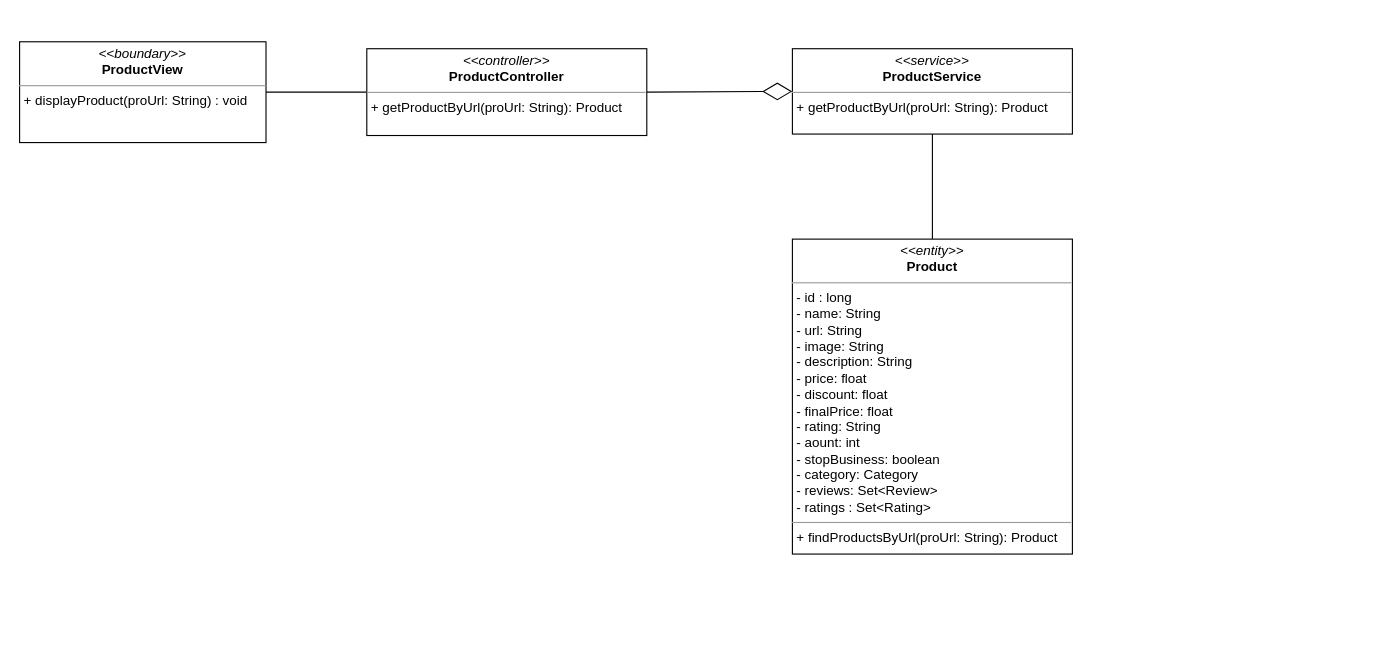
This is class diagram/get-productDetail-class-diagram.drawio from nguyenphamvan/datn_20202, a draw.io file, before an edit. Source tidied: cells renumbered, new cells numbered last; positions are measured from the earlier drawing's top-left corner, leaving out a move shared by most shapes. Both pictures are drawn from the tidied source at 112%, with x=0, y=0 at pixel (19, 41).
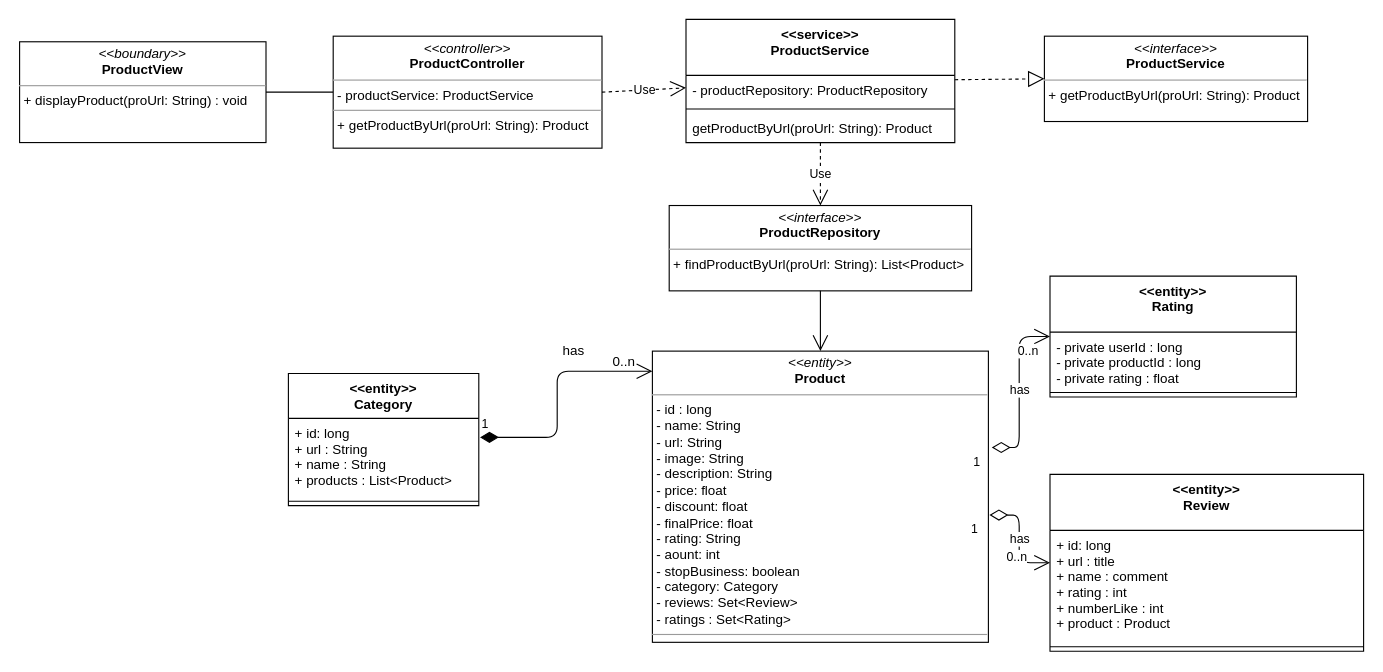
After the change.

Unchanged cells that the change refers to:
```xml
<mxCell id="2" value="&lt;p style=&quot;margin: 0px ; margin-top: 4px ; text-align: center&quot;&gt;&lt;i&gt;&amp;lt;&amp;lt;boundary&amp;gt;&amp;gt;&lt;/i&gt;&lt;br&gt;&lt;b&gt;ProductView&lt;/b&gt;&lt;/p&gt;&lt;hr size=&quot;1&quot;&gt;&lt;p style=&quot;margin: 0px ; margin-left: 4px&quot;&gt;&lt;span&gt;+ displayProduct(proUrl: String) : void&lt;/span&gt;&lt;/p&gt;" style="verticalAlign=top;align=left;overflow=fill;fontSize=12;fontFamily=Helvetica;html=1;" parent="1" vertex="1">
  <mxGeometry y="-0.2" width="220" height="90" as="geometry" />
</mxCell>
```

What changed in the source:
```diff
@@
-    <mxCell id="3" value="&lt;p style=&quot;margin: 0px ; margin-top: 4px ; text-align: center&quot;&gt;&lt;i&gt;&amp;lt;&amp;lt;controller&amp;gt;&amp;gt;&lt;/i&gt;&lt;br&gt;&lt;b&gt;ProductController&lt;/b&gt;&lt;/p&gt;&lt;hr size=&quot;1&quot;&gt;&lt;p style=&quot;margin: 0px ; margin-left: 4px&quot;&gt;+ getProductByUrl(proUrl: String): Product&lt;/p&gt;" style="verticalAlign=top;align=left;overflow=fill;fontSize=12;fontFamily=Helvetica;html=1;" parent="1" vertex="1">
-      <mxGeometry x="310" y="6" width="250" height="77.5" as="geometry" />
-    </mxCell>
-    <mxCell id="4" style="endArrow=none;html=1;edgeStyle=orthogonalEdgeStyle;exitX=1;exitY=0.5;exitDx=0;exitDy=0;entryX=0;entryY=0.5;entryDx=0;entryDy=0;" parent="1" edge="1" source="2" target="3">
+    <mxCell id="4" style="endArrow=none;html=1;edgeStyle=orthogonalEdgeStyle;exitX=1;exitY=0.5;exitDx=0;exitDy=0;" parent="1" edge="1" source="2" target="10">
       <mxGeometry relative="1" as="geometry" />
     </mxCell>
-    <mxCell id="5" value="&lt;p style=&quot;margin: 0px ; margin-top: 4px ; text-align: center&quot;&gt;&lt;i&gt;&amp;lt;&amp;lt;service&amp;gt;&amp;gt;&lt;/i&gt;&lt;br&gt;&lt;b&gt;ProductService&lt;/b&gt;&lt;/p&gt;&lt;hr size=&quot;1&quot;&gt;&lt;p style=&quot;margin: 0px ; margin-left: 4px&quot;&gt;+ getProductByUrl(proUrl: String): Product&lt;/p&gt;" style="verticalAlign=top;align=left;overflow=fill;fontSize=12;fontFamily=Helvetica;html=1;" parent="1" vertex="1">
-      <mxGeometry x="690" y="6" width="250" height="76.2" as="geometry" />
-    </mxCell>
-    <mxCell id="6" style="endArrow=diamondThin;endFill=0;endSize=24;html=1;exitX=1;exitY=0.5;exitDx=0;exitDy=0;entryX=0;entryY=0.5;entryDx=0;entryDy=0;" parent="1" edge="1" source="3" target="5">
-      <mxGeometry relative="1" as="geometry" />
-    </mxCell>
-    <mxCell id="7" value="&lt;p style=&quot;margin: 0px ; margin-top: 4px ; text-align: center&quot;&gt;&lt;i&gt;&amp;lt;&amp;lt;entity&amp;gt;&amp;gt;&lt;/i&gt;&lt;br&gt;&lt;b&gt;Product&lt;/b&gt;&lt;/p&gt;&lt;hr size=&quot;1&quot;&gt;&lt;p style=&quot;margin: 0px ; margin-left: 4px&quot;&gt;- id : long&lt;/p&gt;&lt;p style=&quot;margin: 0px ; margin-left: 4px&quot;&gt;- name: String&lt;br&gt;- url: String&lt;/p&gt;&lt;p style=&quot;margin: 0px ; margin-left: 4px&quot;&gt;- image: String&lt;/p&gt;&lt;p style=&quot;margin: 0px ; margin-left: 4px&quot;&gt;- description: String&lt;/p&gt;&lt;p style=&quot;margin: 0px ; margin-left: 4px&quot;&gt;- price: float&lt;/p&gt;&lt;p style=&quot;margin: 0px ; margin-left: 4px&quot;&gt;- discount: float&lt;/p&gt;&lt;p style=&quot;margin: 0px ; margin-left: 4px&quot;&gt;- finalPrice: float&lt;/p&gt;&lt;p style=&quot;margin: 0px ; margin-left: 4px&quot;&gt;- rating: String&lt;/p&gt;&lt;p style=&quot;margin: 0px ; margin-left: 4px&quot;&gt;- aount: int&lt;/p&gt;&lt;p style=&quot;margin: 0px ; margin-left: 4px&quot;&gt;- stopBusiness: boolean&lt;/p&gt;&lt;p style=&quot;margin: 0px ; margin-left: 4px&quot;&gt;- category: Category&lt;/p&gt;&lt;p style=&quot;margin: 0px ; margin-left: 4px&quot;&gt;- reviews: Set&amp;lt;Review&amp;gt;&lt;/p&gt;&lt;p style=&quot;margin: 0px ; margin-left: 4px&quot;&gt;- ratings : Set&amp;lt;Rating&amp;gt;&lt;/p&gt;&lt;hr size=&quot;1&quot;&gt;&lt;p style=&quot;margin: 0px ; margin-left: 4px&quot;&gt;+ findProductsByUrl(proUrl: String): Product&lt;br&gt;&lt;/p&gt;" style="verticalAlign=top;align=left;overflow=fill;fontSize=12;fontFamily=Helvetica;html=1;" parent="1" vertex="1">
-      <mxGeometry x="690" y="176" width="250" height="281.2" as="geometry" />
-    </mxCell>
-    <mxCell id="8" style="endArrow=none;html=1;exitX=0.5;exitY=1;exitDx=0;exitDy=0;entryX=0.5;entryY=0;entryDx=0;entryDy=0;" parent="1" edge="1" source="5" target="7">
-      <mxGeometry relative="1" as="geometry" />
-    </mxCell>
+    <mxCell id="9" value="Use" style="endArrow=open;endSize=12;dashed=1;html=1;exitX=1;exitY=0.5;exitDx=0;exitDy=0;" parent="1" edge="1" source="10" target="30">
+      <mxGeometry relative="1" as="geometry" />
+    </mxCell>
+    <mxCell id="10" value="&lt;p style=&quot;margin: 0px ; margin-top: 4px ; text-align: center&quot;&gt;&lt;i&gt;&amp;lt;&amp;lt;controller&amp;gt;&amp;gt;&lt;/i&gt;&lt;br&gt;&lt;b&gt;ProductController&lt;/b&gt;&lt;br&gt;&lt;/p&gt;&lt;hr size=&quot;1&quot;&gt;&lt;p style=&quot;margin: 0px ; margin-left: 4px&quot;&gt;- productService: ProductService&lt;br&gt;&lt;/p&gt;&lt;hr size=&quot;1&quot;&gt;&lt;p style=&quot;margin: 0px ; margin-left: 4px&quot;&gt;+ getProductByUrl(proUrl: String): Product&lt;br&gt;&lt;/p&gt;" style="verticalAlign=top;align=left;overflow=fill;fontSize=12;fontFamily=Helvetica;html=1;" parent="1" vertex="1">
+      <mxGeometry x="280" y="-5.2" width="240" height="100" as="geometry" />
+    </mxCell>
+    <mxCell id="11" value="Use" style="endArrow=open;endSize=12;dashed=1;html=1;" parent="1" edge="1" source="30" target="37">
+      <mxGeometry relative="1" as="geometry" />
+    </mxCell>
+    <mxCell id="12" value="&lt;p style=&quot;margin: 0px ; margin-top: 4px ; text-align: center&quot;&gt;&lt;i&gt;&amp;lt;&amp;lt;entity&amp;gt;&amp;gt;&lt;/i&gt;&lt;br&gt;&lt;b&gt;Product&lt;/b&gt;&lt;/p&gt;&lt;hr size=&quot;1&quot;&gt;&lt;p style=&quot;margin: 0px ; margin-left: 4px&quot;&gt;- id : long&lt;/p&gt;&lt;p style=&quot;margin: 0px ; margin-left: 4px&quot;&gt;- name: String&lt;br&gt;- url: String&lt;/p&gt;&lt;p style=&quot;margin: 0px ; margin-left: 4px&quot;&gt;- image: String&lt;/p&gt;&lt;p style=&quot;margin: 0px ; margin-left: 4px&quot;&gt;- description: String&lt;/p&gt;&lt;p style=&quot;margin: 0px ; margin-left: 4px&quot;&gt;- price: float&lt;/p&gt;&lt;p style=&quot;margin: 0px ; margin-left: 4px&quot;&gt;- discount: float&lt;/p&gt;&lt;p style=&quot;margin: 0px ; margin-left: 4px&quot;&gt;- finalPrice: float&lt;/p&gt;&lt;p style=&quot;margin: 0px ; margin-left: 4px&quot;&gt;- rating: String&lt;/p&gt;&lt;p style=&quot;margin: 0px ; margin-left: 4px&quot;&gt;- aount: int&lt;/p&gt;&lt;p style=&quot;margin: 0px ; margin-left: 4px&quot;&gt;- stopBusiness: boolean&lt;/p&gt;&lt;p style=&quot;margin: 0px ; margin-left: 4px&quot;&gt;- category: Category&lt;/p&gt;&lt;p style=&quot;margin: 0px ; margin-left: 4px&quot;&gt;- reviews: Set&amp;lt;Review&amp;gt;&lt;/p&gt;&lt;p style=&quot;margin: 0px ; margin-left: 4px&quot;&gt;- ratings : Set&amp;lt;Rating&amp;gt;&lt;/p&gt;&lt;hr size=&quot;1&quot;&gt;&lt;p style=&quot;margin: 0px ; margin-left: 4px&quot;&gt;&lt;br&gt;&lt;/p&gt;" style="verticalAlign=top;align=left;overflow=fill;fontSize=12;fontFamily=Helvetica;html=1;" parent="1" vertex="1">
+      <mxGeometry x="565" y="276" width="300" height="260" as="geometry" />
+    </mxCell>
+    <mxCell id="13" value="&lt;&lt;entity&gt;&gt;&#10;Category" style="swimlane;fontStyle=1;align=center;verticalAlign=top;horizontal=1;startSize=40;" parent="1" vertex="1">
+      <mxGeometry x="240" y="296" width="170" height="118" as="geometry" />
+    </mxCell>
+    <mxCell id="14" value="+ id: long&#10;+ url : String&#10;+ name : String&#10;+ products : List&lt;Product&gt;" style="text;strokeColor=none;fillColor=none;align=left;verticalAlign=top;spacingLeft=4;spacingRight=4;overflow=hidden;points=[[0,0.5],[1,0.5]];portConstraint=eastwest;" parent="13" vertex="1">
+      <mxGeometry y="40" width="170" height="70" as="geometry" />
+    </mxCell>
+    <mxCell id="15" style="line;strokeWidth=1;fillColor=none;align=left;verticalAlign=middle;spacingTop=-1;spacingLeft=3;spacingRight=3;labelPosition=right;" parent="13" vertex="1">
+      <mxGeometry y="110" width="170" height="8" as="geometry" />
+    </mxCell>
+    <mxCell id="16" value="has" style="endArrow=open;html=1;endSize=12;startArrow=diamondThin;startSize=14;startFill=0;edgeStyle=orthogonalEdgeStyle;exitX=1.003;exitY=0.563;exitDx=0;exitDy=0;exitPerimeter=0;" parent="1" edge="1" source="12" target="25">
+      <mxGeometry relative="1" as="geometry" />
+    </mxCell>
+    <mxCell id="17" value="1" style="edgeLabel;html=1;align=left;verticalAlign=top;" parent="16" vertex="1">
+      <mxGeometry x="-1" relative="1" as="geometry">
+        <mxPoint x="-18" as="offset" />
+      </mxGeometry>
+    </mxCell>
+    <mxCell id="18" value="0..n" style="edgeLabel;html=1;align=right;verticalAlign=top;" parent="16" vertex="1">
+      <mxGeometry x="1" relative="1" as="geometry">
+        <mxPoint x="-20" y="-18" as="offset" />
+      </mxGeometry>
+    </mxCell>
+    <mxCell id="19" value="has" style="endArrow=open;html=1;endSize=12;startArrow=diamondThin;startSize=14;startFill=0;edgeStyle=orthogonalEdgeStyle;exitX=1.01;exitY=0.331;exitDx=0;exitDy=0;exitPerimeter=0;" parent="1" edge="1" source="12" target="22">
+      <mxGeometry relative="1" as="geometry" />
+    </mxCell>
+    <mxCell id="20" value="1" style="edgeLabel;html=1;align=left;verticalAlign=top;" parent="19" vertex="1">
+      <mxGeometry x="-1" relative="1" as="geometry">
+        <mxPoint x="-18" as="offset" />
+      </mxGeometry>
+    </mxCell>
+    <mxCell id="21" value="0..n" style="edgeLabel;html=1;align=right;verticalAlign=top;" parent="19" vertex="1">
+      <mxGeometry x="1" relative="1" as="geometry">
+        <mxPoint x="-10" as="offset" />
+      </mxGeometry>
+    </mxCell>
+    <mxCell id="22" value="&lt;&lt;entity&gt;&gt;&#10;Rating" style="swimlane;fontStyle=1;align=center;verticalAlign=top;horizontal=1;startSize=50;" parent="1" vertex="1">
+      <mxGeometry x="920" y="209" width="220" height="108" as="geometry" />
+    </mxCell>
+    <mxCell id="23" value="- private userId : long&#10;- private productId : long&#10;- private rating : float" style="text;strokeColor=none;fillColor=none;align=left;verticalAlign=top;spacingLeft=4;spacingRight=4;overflow=hidden;" parent="22" vertex="1">
+      <mxGeometry y="50" width="220" height="50" as="geometry" />
+    </mxCell>
+    <mxCell id="24" style="line;strokeWidth=1;fillColor=none;align=left;verticalAlign=middle;spacingTop=-1;spacingLeft=3;spacingRight=3;labelPosition=right;" parent="22" vertex="1">
+      <mxGeometry y="100" width="220" height="8" as="geometry" />
+    </mxCell>
+    <mxCell id="25" value="&lt;&lt;entity&gt;&gt;&#10;Review" style="swimlane;fontStyle=1;align=center;verticalAlign=top;horizontal=1;startSize=50;" parent="1" vertex="1">
+      <mxGeometry x="920" y="386" width="280" height="158" as="geometry" />
+    </mxCell>
+    <mxCell id="26" value="+ id: long&#10;+ url : title&#10;+ name : comment&#10;+ rating : int&#10;+ numberLike : int&#10;+ product : Product" style="text;strokeColor=none;fillColor=none;align=left;verticalAlign=top;spacingLeft=4;spacingRight=4;overflow=hidden;" parent="25" vertex="1">
+      <mxGeometry y="50" width="280" height="100" as="geometry" />
+    </mxCell>
+    <mxCell id="27" style="line;strokeWidth=1;fillColor=none;align=left;verticalAlign=middle;spacingTop=-1;spacingLeft=3;spacingRight=3;labelPosition=right;" parent="25" vertex="1">
+      <mxGeometry y="150" width="280" height="8" as="geometry" />
+    </mxCell>
+    <mxCell id="28" value="&lt;p style=&quot;margin: 0px ; margin-top: 4px ; text-align: center&quot;&gt;&lt;i&gt;&amp;lt;&amp;lt;interface&amp;gt;&amp;gt;&lt;/i&gt;&lt;br&gt;&lt;b&gt;ProductService&lt;/b&gt;&lt;/p&gt;&lt;hr size=&quot;1&quot;&gt;&lt;p style=&quot;margin: 0px ; margin-left: 4px&quot;&gt;+ getProductByUrl(proUrl: String): Product&lt;/p&gt;" style="verticalAlign=top;align=left;overflow=fill;fontSize=12;fontFamily=Helvetica;html=1;" parent="1" vertex="1">
+      <mxGeometry x="915" y="-5.2" width="235" height="76.2" as="geometry" />
+    </mxCell>
+    <mxCell id="29" style="endArrow=block;dashed=1;endFill=0;endSize=12;html=1;entryX=0;entryY=0.5;entryDx=0;entryDy=0;" parent="1" edge="1" source="30" target="28">
+      <mxGeometry relative="1" as="geometry" />
+    </mxCell>
+    <mxCell id="30" value="&lt;&lt;service&gt;&gt;&#10;ProductService" style="swimlane;fontStyle=1;align=center;verticalAlign=top;horizontal=1;startSize=50;" parent="1" vertex="1">
+      <mxGeometry x="595" y="-20.2" width="240" height="110" as="geometry" />
+    </mxCell>
+    <mxCell id="31" value="- productRepository: ProductRepository" style="text;strokeColor=none;fillColor=none;align=left;verticalAlign=top;spacingLeft=4;spacingRight=4;overflow=hidden;" parent="30" vertex="1">
+      <mxGeometry y="50" width="240" height="26" as="geometry" />
+    </mxCell>
+    <mxCell id="32" style="line;strokeWidth=1;fillColor=none;align=left;verticalAlign=middle;spacingTop=-1;spacingLeft=3;spacingRight=3;labelPosition=right;" parent="30" vertex="1">
+      <mxGeometry y="76" width="240" height="8" as="geometry" />
+    </mxCell>
+    <mxCell id="33" value="getProductByUrl(proUrl: String): Product" style="text;strokeColor=none;fillColor=none;align=left;verticalAlign=top;spacingLeft=4;spacingRight=4;overflow=hidden;" parent="30" vertex="1">
+      <mxGeometry y="84" width="240" height="26" as="geometry" />
+    </mxCell>
+    <mxCell id="34" value="1" style="endArrow=open;html=1;endSize=12;startArrow=diamondThin;startSize=14;startFill=1;edgeStyle=orthogonalEdgeStyle;align=left;verticalAlign=bottom;exitX=1.006;exitY=0.243;exitDx=0;exitDy=0;exitPerimeter=0;" parent="1" edge="1" source="14" target="12">
+      <mxGeometry x="-1" y="3" relative="1" as="geometry">
+        <Array as="points">
+          <mxPoint x="480" y="353" />
+          <mxPoint x="480" y="294" />
+        </Array>
+      </mxGeometry>
+    </mxCell>
+    <mxCell id="35" value="has" style="text;html=1;strokeColor=none;fillColor=none;align=center;verticalAlign=middle;whiteSpace=wrap;rounded=0;" parent="1" vertex="1">
+      <mxGeometry x="480" y="266" width="30" height="20" as="geometry" />
+    </mxCell>
+    <mxCell id="36" value="0..n" style="text;html=1;strokeColor=none;fillColor=none;align=center;verticalAlign=middle;whiteSpace=wrap;rounded=0;" parent="1" vertex="1">
+      <mxGeometry x="520" y="276" width="40" height="20" as="geometry" />
+    </mxCell>
+    <mxCell id="37" value="&lt;p style=&quot;margin: 0px ; margin-top: 4px ; text-align: center&quot;&gt;&lt;i&gt;&amp;lt;&amp;lt;interface&amp;gt;&amp;gt;&lt;/i&gt;&lt;br&gt;&lt;b&gt;ProductRepository&lt;/b&gt;&lt;/p&gt;&lt;hr size=&quot;1&quot;&gt;&lt;p style=&quot;margin: 0px ; margin-left: 4px&quot;&gt;+ findProductByUrl(proUrl: String): List&amp;lt;Product&amp;gt;&lt;/p&gt;" style="verticalAlign=top;align=left;overflow=fill;fontSize=12;fontFamily=Helvetica;html=1;" parent="1" vertex="1">
+      <mxGeometry x="580" y="146" width="270" height="76.2" as="geometry" />
+    </mxCell>
+    <mxCell id="38" style="endArrow=open;endFill=1;endSize=12;html=1;" parent="1" edge="1" source="37" target="12">
+      <mxGeometry relative="1" as="geometry" />
+    </mxCell>
```
